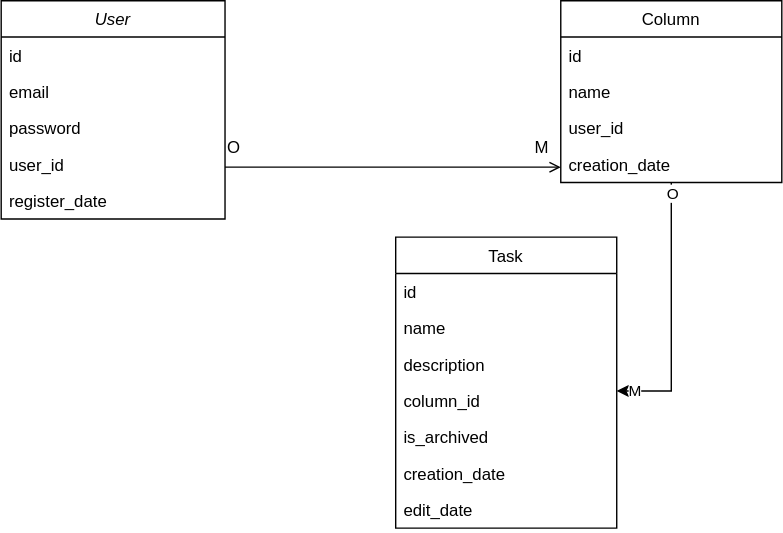
Earlier version of the draw.io export task-tracker.svg (farneser/task-tracker). Source tidied: cells renumbered, new cells last; positions are measured from the earlier drawing's top-left corner, leaving out a move shared by most shapes.
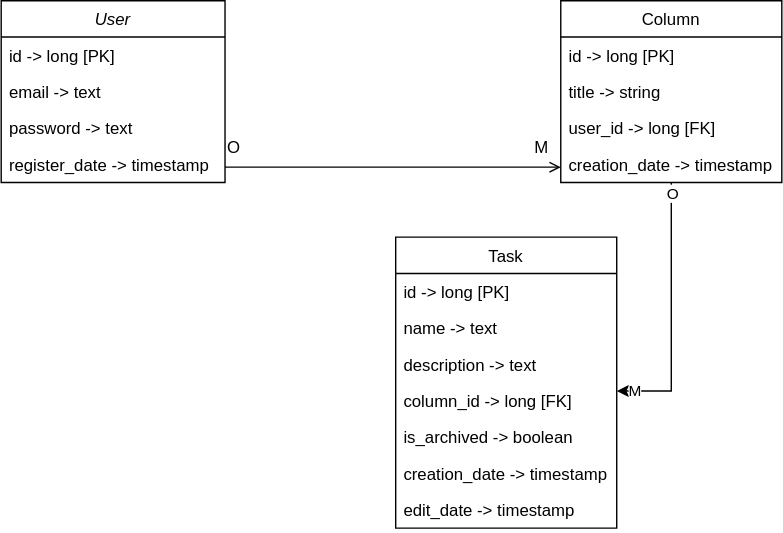
The same diagram one commit later.

Commit message:
feat: data types

What changed in the source:
```diff
@@ -3,22 +3,19 @@
     <mxCell id="0" />
     <mxCell id="1" parent="0" />
     <mxCell id="2" value="User" style="swimlane;fontStyle=2;align=center;verticalAlign=top;horizontal=1;startSize=26;rounded=0;shadow=0;strokeWidth=1;" parent="1" vertex="1">
-      <mxGeometry width="160" height="156" as="geometry" />
+      <mxGeometry width="160" height="130" as="geometry" />
     </mxCell>
-    <mxCell id="3" value="id" style="text;align=left;verticalAlign=top;spacingLeft=4;spacingRight=4;overflow=hidden;" parent="2" vertex="1">
+    <mxCell id="3" value="id -&gt; long [PK]" style="text;align=left;verticalAlign=top;spacingLeft=4;spacingRight=4;overflow=hidden;" parent="2" vertex="1">
       <mxGeometry y="26" width="160" height="26" as="geometry" />
     </mxCell>
-    <mxCell id="4" value="email" style="text;align=left;verticalAlign=top;spacingLeft=4;spacingRight=4;overflow=hidden;" parent="2" vertex="1">
+    <mxCell id="4" value="email -&gt; text" style="text;align=left;verticalAlign=top;spacingLeft=4;spacingRight=4;overflow=hidden;" parent="2" vertex="1">
       <mxGeometry y="52" width="160" height="26" as="geometry" />
     </mxCell>
-    <mxCell id="5" value="password" style="text;align=left;verticalAlign=top;spacingLeft=4;spacingRight=4;overflow=hidden;rounded=0;shadow=0;html=0;" parent="2" vertex="1">
+    <mxCell id="5" value="password -&gt; text" style="text;align=left;verticalAlign=top;spacingLeft=4;spacingRight=4;overflow=hidden;rounded=0;shadow=0;html=0;" parent="2" vertex="1">
       <mxGeometry y="78" width="160" height="26" as="geometry" />
     </mxCell>
-    <mxCell id="6" value="user_id" style="text;align=left;verticalAlign=top;spacingLeft=4;spacingRight=4;overflow=hidden;rounded=0;shadow=0;html=0;" parent="2" vertex="1">
-      <mxGeometry y="104" width="160" height="26" as="geometry" />
-    </mxCell>
-    <mxCell id="7" value="register_date" style="text;align=left;verticalAlign=top;spacingLeft=4;spacingRight=4;overflow=hidden;rounded=0;shadow=0;html=0;" parent="2" vertex="1">
-      <mxGeometry y="130" width="160" height="26" as="geometry" />
+    <mxCell id="7" value="register_date -&gt; timestamp" style="text;align=left;verticalAlign=top;spacingLeft=4;spacingRight=4;overflow=hidden;rounded=0;shadow=0;html=0;" parent="2" vertex="1">
+      <mxGeometry y="104" width="160" height="26" as="geometry" />
     </mxCell>
     <mxCell id="8" style="edgeStyle=orthogonalEdgeStyle;rounded=0;jettySize=auto;html=1;" parent="1" edge="1" source="11" target="19">
       <mxGeometry relative="1" as="geometry">
@@ -36,16 +33,16 @@
     <mxCell id="11" value="Column" style="swimlane;fontStyle=0;align=center;verticalAlign=top;horizontal=1;startSize=26;rounded=0;shadow=0;strokeWidth=1;" parent="1" vertex="1">
       <mxGeometry x="400" width="158" height="130" as="geometry" />
     </mxCell>
-    <mxCell id="12" value="id" style="text;align=left;verticalAlign=top;spacingLeft=4;spacingRight=4;overflow=hidden;" parent="11" vertex="1">
+    <mxCell id="12" value="id -&gt; long [PK]" style="text;align=left;verticalAlign=top;spacingLeft=4;spacingRight=4;overflow=hidden;" parent="11" vertex="1">
       <mxGeometry y="26" width="158" height="26" as="geometry" />
     </mxCell>
-    <mxCell id="13" value="name" style="text;align=left;verticalAlign=top;spacingLeft=4;spacingRight=4;overflow=hidden;rounded=0;shadow=0;html=0;" parent="11" vertex="1">
+    <mxCell id="13" value="title -&gt; string" style="text;align=left;verticalAlign=top;spacingLeft=4;spacingRight=4;overflow=hidden;rounded=0;shadow=0;html=0;" parent="11" vertex="1">
       <mxGeometry y="52" width="158" height="26" as="geometry" />
     </mxCell>
-    <mxCell id="14" value="user_id" style="text;align=left;verticalAlign=top;spacingLeft=4;spacingRight=4;overflow=hidden;rounded=0;shadow=0;html=0;" parent="11" vertex="1">
+    <mxCell id="14" value="user_id -&gt; long [FK]" style="text;align=left;verticalAlign=top;spacingLeft=4;spacingRight=4;overflow=hidden;rounded=0;shadow=0;html=0;" parent="11" vertex="1">
       <mxGeometry y="78" width="158" height="26" as="geometry" />
     </mxCell>
-    <mxCell id="15" value="creation_date" style="text;align=left;verticalAlign=top;spacingLeft=4;spacingRight=4;overflow=hidden;rounded=0;shadow=0;html=0;" parent="11" vertex="1">
+    <mxCell id="15" value="creation_date -&gt; timestamp" style="text;align=left;verticalAlign=top;spacingLeft=4;spacingRight=4;overflow=hidden;rounded=0;shadow=0;html=0;" parent="11" vertex="1">
       <mxGeometry y="104" width="158" height="26" as="geometry" />
     </mxCell>
     <mxCell id="16" style="endArrow=open;shadow=0;strokeWidth=1;rounded=0;endFill=1;edgeStyle=elbowEdgeStyle;elbow=vertical;" parent="1" edge="1" source="2" target="11">
@@ -70,25 +67,25 @@
     <mxCell id="19" value="Task" style="swimlane;fontStyle=0;align=center;verticalAlign=top;horizontal=1;startSize=26;rounded=0;shadow=0;strokeWidth=1;" parent="1" vertex="1">
       <mxGeometry x="282" y="169" width="158" height="208" as="geometry" />
     </mxCell>
-    <mxCell id="20" value="id" style="text;align=left;verticalAlign=top;spacingLeft=4;spacingRight=4;overflow=hidden;" parent="19" vertex="1">
+    <mxCell id="20" value="id -&gt; long [PK]" style="text;align=left;verticalAlign=top;spacingLeft=4;spacingRight=4;overflow=hidden;" parent="19" vertex="1">
       <mxGeometry y="26" width="158" height="26" as="geometry" />
     </mxCell>
-    <mxCell id="21" value="name" style="text;align=left;verticalAlign=top;spacingLeft=4;spacingRight=4;overflow=hidden;rounded=0;shadow=0;html=0;" parent="19" vertex="1">
+    <mxCell id="21" value="name -&gt; text" style="text;align=left;verticalAlign=top;spacingLeft=4;spacingRight=4;overflow=hidden;rounded=0;shadow=0;html=0;" parent="19" vertex="1">
       <mxGeometry y="52" width="158" height="26" as="geometry" />
     </mxCell>
-    <mxCell id="22" value="description" style="text;align=left;verticalAlign=top;spacingLeft=4;spacingRight=4;overflow=hidden;rounded=0;shadow=0;html=0;" parent="19" vertex="1">
+    <mxCell id="22" value="description -&gt; text" style="text;align=left;verticalAlign=top;spacingLeft=4;spacingRight=4;overflow=hidden;rounded=0;shadow=0;html=0;" parent="19" vertex="1">
       <mxGeometry y="78" width="158" height="26" as="geometry" />
     </mxCell>
-    <mxCell id="23" value="column_id" style="text;align=left;verticalAlign=top;spacingLeft=4;spacingRight=4;overflow=hidden;rounded=0;shadow=0;html=0;" parent="19" vertex="1">
+    <mxCell id="23" value="column_id -&gt; long [FK]" style="text;align=left;verticalAlign=top;spacingLeft=4;spacingRight=4;overflow=hidden;rounded=0;shadow=0;html=0;" parent="19" vertex="1">
       <mxGeometry y="104" width="158" height="26" as="geometry" />
     </mxCell>
-    <mxCell id="24" value="is_archived" style="text;align=left;verticalAlign=top;spacingLeft=4;spacingRight=4;overflow=hidden;rounded=0;shadow=0;html=0;" parent="19" vertex="1">
+    <mxCell id="24" value="is_archived -&gt; boolean" style="text;align=left;verticalAlign=top;spacingLeft=4;spacingRight=4;overflow=hidden;rounded=0;shadow=0;html=0;" parent="19" vertex="1">
       <mxGeometry y="130" width="158" height="26" as="geometry" />
     </mxCell>
-    <mxCell id="25" value="creation_date" style="text;align=left;verticalAlign=top;spacingLeft=4;spacingRight=4;overflow=hidden;rounded=0;shadow=0;html=0;" parent="19" vertex="1">
+    <mxCell id="25" value="creation_date -&gt; timestamp" style="text;align=left;verticalAlign=top;spacingLeft=4;spacingRight=4;overflow=hidden;rounded=0;shadow=0;html=0;" parent="19" vertex="1">
       <mxGeometry y="156" width="158" height="26" as="geometry" />
     </mxCell>
-    <mxCell id="26" value="edit_date" style="text;align=left;verticalAlign=top;spacingLeft=4;spacingRight=4;overflow=hidden;rounded=0;shadow=0;html=0;" parent="19" vertex="1">
+    <mxCell id="26" value="edit_date -&gt; timestamp" style="text;align=left;verticalAlign=top;spacingLeft=4;spacingRight=4;overflow=hidden;rounded=0;shadow=0;html=0;" parent="19" vertex="1">
       <mxGeometry y="182" width="158" height="26" as="geometry" />
     </mxCell>
   </root>
```
